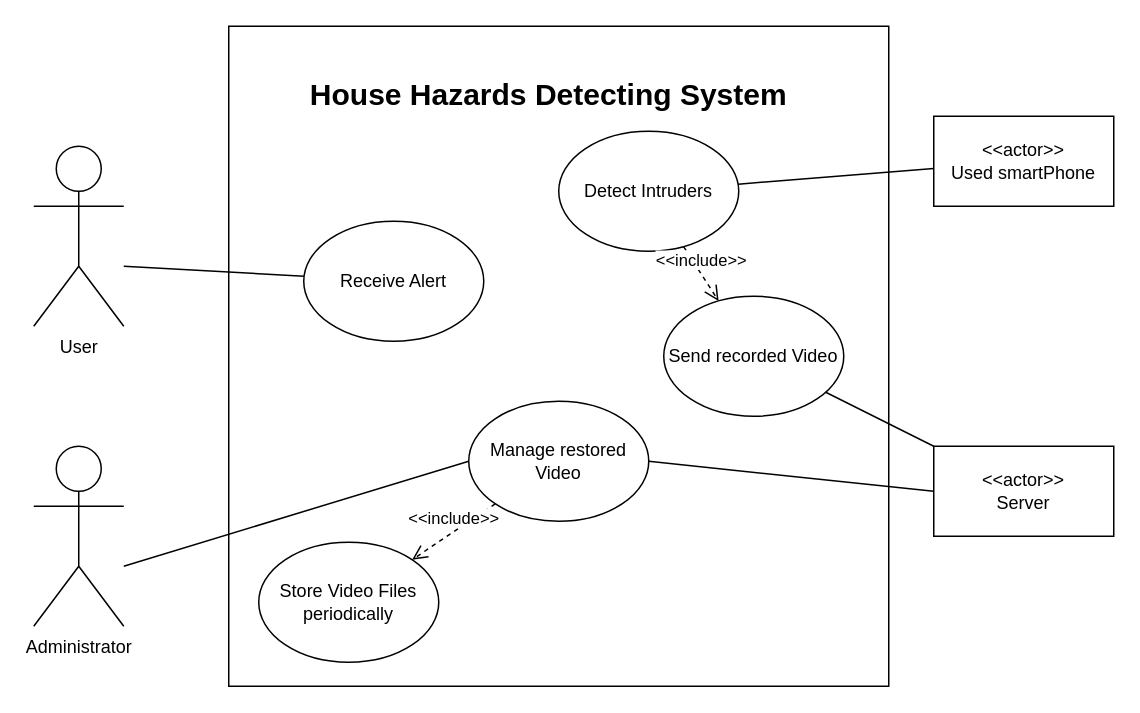
Before: Sogongteam14_Use_Case_Diagram.drawio in sogongteam14/doc, a draw.io diagram. Source tidied: cells renumbered, new cells numbered last; positions are measured from the earlier drawing's top-left corner, leaving out a move shared by most shapes. Both pictures are drawn from the tidied source at 150%, with x=0, y=0 at pixel (33, 26).
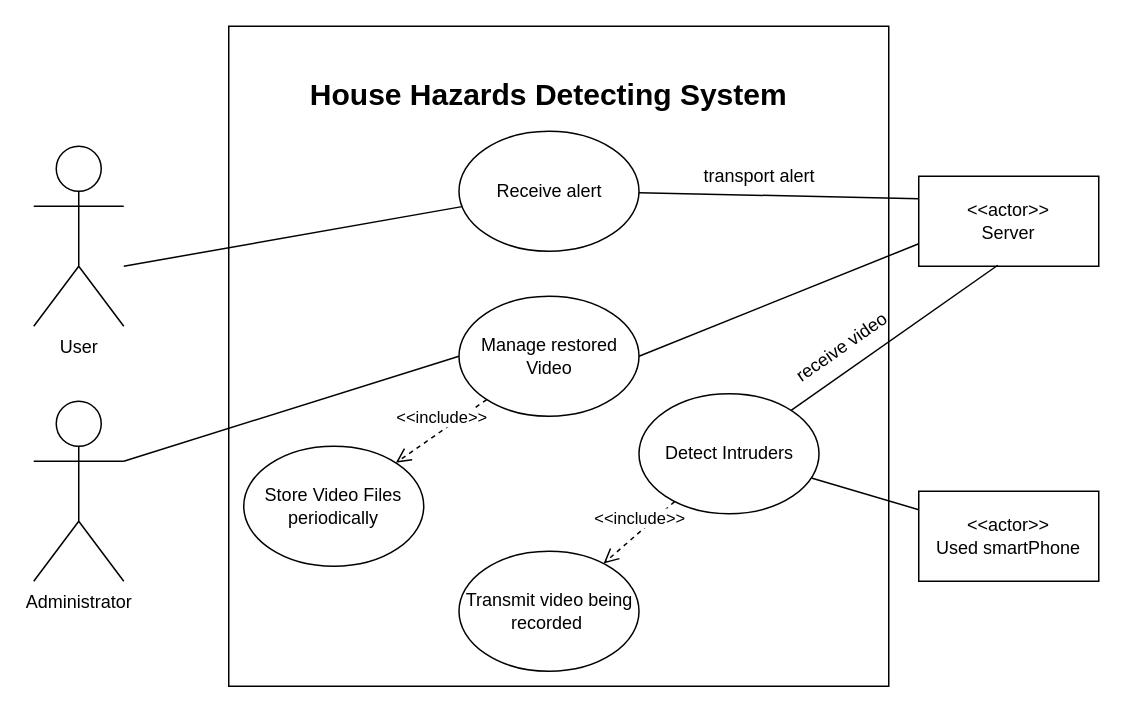
After the change.

Change to the diagram source:
```diff
@@
     <mxCell id="3" value="Administrator" style="shape=umlActor;verticalLabelPosition=bottom;labelBackgroundColor=#ffffff;verticalAlign=top;html=1;outlineConnect=0;" parent="1" vertex="1">
-      <mxGeometry y="280" width="60" height="120" as="geometry" />
+      <mxGeometry y="250" width="60" height="120" as="geometry" />
     </mxCell>
@@
     <mxCell id="6" value="Detect Intruders" style="ellipse;whiteSpace=wrap;html=1;" parent="1" vertex="1">
-      <mxGeometry x="350" y="70" width="120" height="80" as="geometry" />
+      <mxGeometry x="403.5" y="245" width="120" height="80" as="geometry" />
     </mxCell>
     <mxCell id="7" value="&lt;div&gt;&amp;lt;&amp;lt;actor&amp;gt;&amp;gt;&lt;/div&gt;&lt;div&gt;Server&lt;br&gt;&lt;/div&gt;" style="rounded=0;whiteSpace=wrap;html=1;" parent="1" vertex="1">
-      <mxGeometry x="600" y="280" width="120" height="60" as="geometry" />
+      <mxGeometry x="590" y="100" width="120" height="60" as="geometry" />
     </mxCell>
     <mxCell id="8" value="Manage restored&lt;br&gt;Video&lt;br&gt;" style="ellipse;whiteSpace=wrap;html=1;" parent="1" vertex="1">
-      <mxGeometry x="290" y="250" width="120" height="80" as="geometry" />
+      <mxGeometry x="283.5" y="180" width="120" height="80" as="geometry" />
     </mxCell>
     <mxCell id="9" value="Store Video Files&lt;br&gt;periodically&lt;br&gt;" style="ellipse;whiteSpace=wrap;html=1;" parent="1" vertex="1">
-      <mxGeometry x="150" y="344" width="120" height="80" as="geometry" />
+      <mxGeometry x="140" y="280" width="120" height="80" as="geometry" />
     </mxCell>
@@
-    <mxCell id="11" style="endArrow=none;html=1;entryX=0;entryY=0.5;entryDx=0;entryDy=0;exitX=1;exitY=0.5;exitDx=0;exitDy=0;" parent="1" edge="1" source="8" target="7">
+    <mxCell id="11" style="endArrow=none;html=1;entryX=0;entryY=0.75;entryDx=0;entryDy=0;exitX=1;exitY=0.5;exitDx=0;exitDy=0;" parent="1" edge="1" source="8" target="7">
       <mxGeometry relative="1" as="geometry" />
     </mxCell>
-    <mxCell id="12" style="endArrow=none;html=1;entryX=0;entryY=0.5;entryDx=0;entryDy=0;" parent="1" edge="1" target="8">
-      <mxGeometry relative="1" as="geometry">
-        <mxPoint x="60" y="360" as="sourcePoint" />
-      </mxGeometry>
+    <mxCell id="12" style="endArrow=none;html=1;entryX=0;entryY=0.5;entryDx=0;entryDy=0;exitX=1;exitY=0.3333333333333333;exitDx=0;exitDy=0;exitPerimeter=0;" parent="1" edge="1" source="3" target="8">
+      <mxGeometry relative="1" as="geometry" />
     </mxCell>
@@
-    <mxCell id="14" value="Send recorded Video" style="ellipse;whiteSpace=wrap;html=1;" parent="1" vertex="1">
-      <mxGeometry x="420" y="180" width="120" height="80" as="geometry" />
+    <mxCell id="14" value="Transmit video being recorded&amp;nbsp;" style="ellipse;whiteSpace=wrap;html=1;" parent="1" vertex="1">
+      <mxGeometry x="283.5" y="350" width="120" height="80" as="geometry" />
     </mxCell>
@@
-    <mxCell id="16" style="endArrow=none;html=1;" parent="1" edge="1" source="14" target="7">
+    <mxCell id="16" style="endArrow=none;html=1;entryX=0.439;entryY=0.989;entryDx=0;entryDy=0;entryPerimeter=0;" parent="1" edge="1" source="6" target="7">
       <mxGeometry relative="1" as="geometry" />
     </mxCell>
     <mxCell id="17" value="&lt;div&gt;&amp;lt;&amp;lt;actor&amp;gt;&amp;gt;&lt;/div&gt;&lt;div&gt;Used smartPhone&lt;/div&gt;" style="rounded=0;whiteSpace=wrap;html=1;" parent="1" vertex="1">
-      <mxGeometry x="600" y="60" width="120" height="60" as="geometry" />
+      <mxGeometry x="590" y="310" width="120" height="60" as="geometry" />
     </mxCell>
@@
-    <mxCell id="19" value="Receive Alert&lt;br&gt;" style="ellipse;whiteSpace=wrap;html=1;" parent="1" vertex="1">
-      <mxGeometry x="180" y="130" width="120" height="80" as="geometry" />
+    <mxCell id="19" value="Receive alert&lt;br&gt;" style="ellipse;whiteSpace=wrap;html=1;" parent="1" vertex="1">
+      <mxGeometry x="283.5" y="70" width="120" height="80" as="geometry" />
     </mxCell>
+    <mxCell id="20" value="receive video" style="text;html=1;align=left;verticalAlign=top;spacingTop=-4;rotation=325;" parent="1" vertex="1">
+      <mxGeometry x="500" y="200" width="90" height="20" as="geometry" />
+    </mxCell>
+    <mxCell id="21" style="endArrow=none;html=1;entryX=0;entryY=0.25;entryDx=0;entryDy=0;" parent="1" edge="1" source="19" target="7">
+      <mxGeometry relative="1" as="geometry" />
+    </mxCell>
+    <mxCell id="22" value="transport alert" style="text;html=1;align=left;verticalAlign=top;spacingTop=-4;rotation=0;" parent="1" vertex="1">
+      <mxGeometry x="445" y="90" width="90" height="20" as="geometry" />
+    </mxCell>
```
